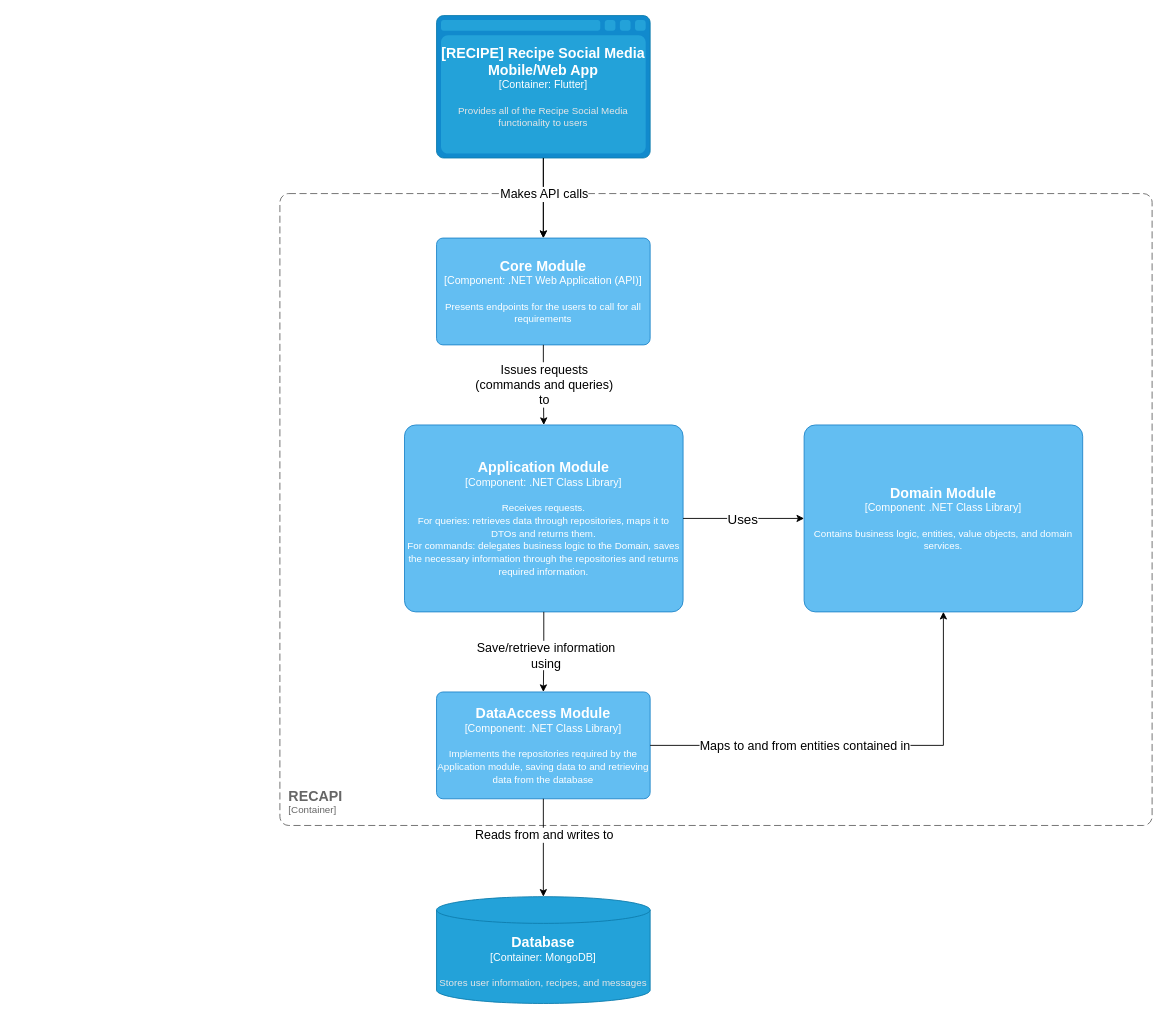
Before: Diagrams/RECAPI Component Diagram.drawio in Andrei-Constantin-Programmer/LangfoodiAPI, a draw.io diagram. Source tidied: cells renumbered, new cells numbered last; positions are measured from the earlier drawing's top-left corner, leaving out a move shared by most shapes. Both pictures are drawn from the tidied source at 89%, with x=0, y=0 at pixel (279, 15).
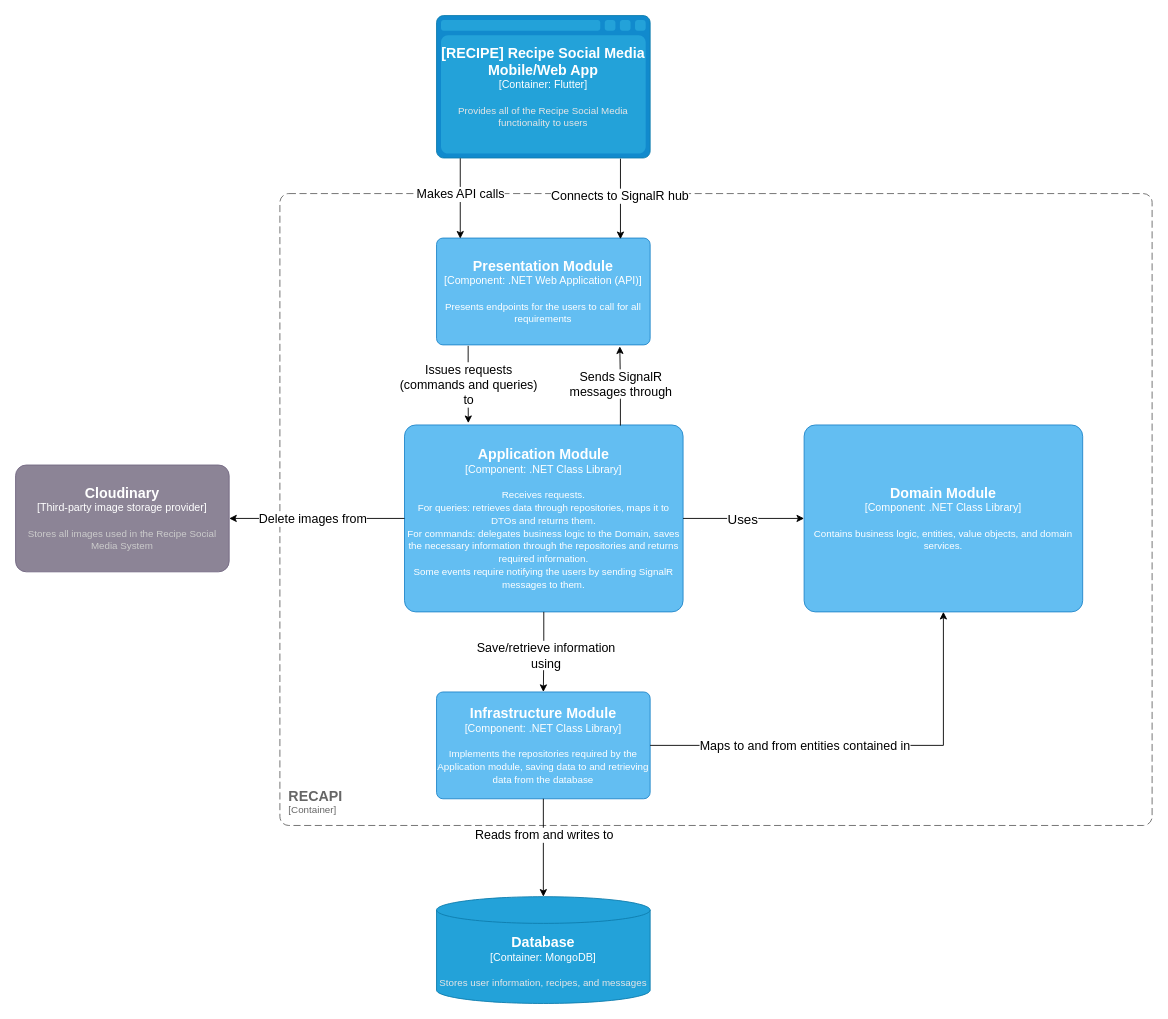
The same diagram, later.

Commit message (it also covers changes not shown here):
Updated diagrams with the latest changes (SignalR, module renaming)

Unchanged cells that the change refers to:
```xml
<object id="3" label="&lt;font style=&quot;font-size: 16px&quot;&gt;&lt;b&gt;%c4Type%&lt;/b&gt;&lt;/font&gt;&lt;div&gt;[%c4Container%:&amp;nbsp;%c4Technology%]&lt;/div&gt;&lt;br&gt;&lt;div&gt;&lt;font style=&quot;font-size: 11px&quot;&gt;&lt;font color=&quot;#E6E6E6&quot;&gt;%c4Description%&lt;/font&gt;&lt;/div&gt;" c4Container="Container" c4Description="Provides all of the Recipe Social Media functionality to users" c4Technology="Flutter" c4Type="[RECIPE] Recipe Social Media Mobile/Web App" placeholders="1">
  <mxCell style="shape=mxgraph.c4.webBrowserContainer2;whiteSpace=wrap;html=1;boundedLbl=1;rounded=0;labelBackgroundColor=none;strokeColor=#118ACD;fillColor=#23A2D9;strokeColor=#118ACD;strokeColor2=#0E7DAD;fontSize=12;fontColor=#ffffff;align=center;points=[[0.5,0,0],[1,0.25,0],[1,0.5,0],[1,0.75,0],[0.5,1,0],[0,0.75,0],[0,0.5,0],[0,0.25,0]];" parent="1" vertex="1">
    <mxGeometry x="176" width="240" height="160" as="geometry" />
  </mxCell>
</object>
```

What changed in the source:
```diff
@@
-    <mxCell id="2" style="edgeStyle=orthogonalEdgeStyle;rounded=0;jettySize=auto;html=1;" parent="1" edge="1" source="3" target="6">
-      <mxGeometry relative="1" as="geometry" />
-    </mxCell>
@@
-    <object id="6" label="&lt;font style=&quot;font-size: 16px&quot;&gt;&lt;b&gt;%c4Name%&lt;/b&gt;&lt;/font&gt;&lt;div&gt;[%c4Type%: %c4Technology%]&lt;/div&gt;&lt;br&gt;&lt;div&gt;&lt;font style=&quot;font-size: 11px&quot;&gt;%c4Description%&lt;/font&gt;&lt;/div&gt;" c4Description="Presents endpoints for the users to call for all requirements" c4Name="Core Module" c4Technology=".NET Web Application (API)" c4Type="Component" placeholders="1">
+    <object id="6" label="&lt;font style=&quot;font-size: 16px&quot;&gt;&lt;b&gt;%c4Name%&lt;/b&gt;&lt;/font&gt;&lt;div&gt;[%c4Type%: %c4Technology%]&lt;/div&gt;&lt;br&gt;&lt;div&gt;&lt;font style=&quot;font-size: 11px&quot;&gt;%c4Description%&lt;/font&gt;&lt;/div&gt;" c4Description="Presents endpoints for the users to call for all requirements" c4Name="Presentation Module" c4Technology=".NET Web Application (API)" c4Type="Component" placeholders="1">
       <mxCell style="rounded=1;whiteSpace=wrap;html=1;labelBackgroundColor=none;fillColor=#63BEF2;fontColor=#ffffff;align=center;arcSize=6;strokeColor=#2086C9;points=[[0.25,0,0],[0.5,0,0],[0.75,0,0],[1,0.25,0],[1,0.5,0],[1,0.75,0],[0.75,1,0],[0.5,1,0],[0.25,1,0],[0,0.75,0],[0,0.5,0],[0,0.25,0]];" parent="1" vertex="1">
         <mxGeometry x="176" y="250" width="240" height="120" as="geometry" />
       </mxCell>
     </object>
-    <mxCell id="7" style="edgeStyle=orthogonalEdgeStyle;rounded=0;jettySize=auto;html=1;entryX=0.5;entryY=0;entryDx=0;entryDy=0;entryPerimeter=0;" parent="1" edge="1" source="3" target="6">
+    <mxCell id="7" style="edgeStyle=orthogonalEdgeStyle;rounded=0;jettySize=auto;html=1;entryX=0.111;entryY=0.005;entryDx=0;entryDy=0;entryPerimeter=0;exitX=0.111;exitY=1.002;exitDx=0;exitDy=0;exitPerimeter=0;" parent="1" edge="1" source="3" target="6">
       <mxGeometry relative="1" as="geometry" />
     </mxCell>
@@
-    <object id="9" label="&lt;font style=&quot;font-size: 16px&quot;&gt;&lt;b&gt;%c4Name%&lt;/b&gt;&lt;/font&gt;&lt;div&gt;[%c4Type%: %c4Technology%]&lt;/div&gt;&lt;br&gt;&lt;div&gt;&lt;font style=&quot;font-size: 11px&quot;&gt;%c4Description%&lt;/font&gt;&lt;/div&gt;" c4Description="Implements the repositories required by the Application module, saving data to and retrieving data from the database" c4Name="DataAccess Module" c4Technology=".NET Class Library" c4Type="Component" placeholders="1">
+    <object id="9" label="&lt;font style=&quot;font-size: 16px&quot;&gt;&lt;b&gt;%c4Name%&lt;/b&gt;&lt;/font&gt;&lt;div&gt;[%c4Type%: %c4Technology%]&lt;/div&gt;&lt;br&gt;&lt;div&gt;&lt;font style=&quot;font-size: 11px&quot;&gt;%c4Description%&lt;/font&gt;&lt;/div&gt;" c4Description="Implements the repositories required by the Application module, saving data to and retrieving data from the database" c4Name="Infrastructure Module" c4Technology=".NET Class Library" c4Type="Component" placeholders="1">
       <mxCell style="rounded=1;whiteSpace=wrap;html=1;labelBackgroundColor=none;fillColor=#63BEF2;fontColor=#ffffff;align=center;arcSize=6;strokeColor=#2086C9;points=[[0.25,0,0],[0.5,0,0],[0.75,0,0],[1,0.25,0],[1,0.5,0],[1,0.75,0],[0.75,1,0],[0.5,1,0],[0.25,1,0],[0,0.75,0],[0,0.5,0],[0,0.25,0]];" parent="1" vertex="1">
         <mxGeometry x="176" y="760" width="240" height="120" as="geometry" />
       </mxCell>
     </object>
@@
-    <object id="12" label="&lt;font style=&quot;font-size: 16px&quot;&gt;&lt;b&gt;%c4Name%&lt;/b&gt;&lt;/font&gt;&lt;div&gt;[%c4Type%: %c4Technology%]&lt;/div&gt;&lt;br&gt;&lt;div&gt;&lt;font style=&quot;font-size: 11px&quot;&gt;%c4Description%&lt;/font&gt;&lt;/div&gt;" c4Description="Receives requests.&#10;For queries: retrieves data through repositories, maps it to DTOs and returns them.&#10;For commands: delegates business logic to the Domain, saves the necessary information through the repositories and returns required information." c4Name="Application Module" c4Technology=".NET Class Library" c4Type="Component" placeholders="1">
+    <object id="12" label="&lt;font style=&quot;font-size: 16px&quot;&gt;&lt;b&gt;%c4Name%&lt;/b&gt;&lt;/font&gt;&lt;div&gt;[%c4Type%: %c4Technology%]&lt;/div&gt;&lt;br&gt;&lt;div&gt;&lt;font style=&quot;font-size: 11px&quot;&gt;%c4Description%&lt;/font&gt;&lt;/div&gt;" c4Description="Receives requests.&#10;For queries: retrieves data through repositories, maps it to DTOs and returns them.&#10;For commands: delegates business logic to the Domain, saves the necessary information through the repositories and returns required information.&#10;Some events require notifying the users by sending SignalR messages to them." c4Name="Application Module" c4Technology=".NET Class Library" c4Type="Component" placeholders="1">
       <mxCell style="rounded=1;whiteSpace=wrap;html=1;labelBackgroundColor=none;fillColor=#63BEF2;fontColor=#ffffff;align=center;arcSize=6;strokeColor=#2086C9;points=[[0.25,0,0],[0.5,0,0],[0.75,0,0],[1,0.25,0],[1,0.5,0],[1,0.75,0],[0.75,1,0],[0.5,1,0],[0.25,1,0],[0,0.75,0],[0,0.5,0],[0,0.25,0]];imageAspect=1;" parent="1" vertex="1">
         <mxGeometry x="140" y="460" width="313" height="210" as="geometry" />
       </mxCell>
     </object>
@@
-    <mxCell id="15" style="edgeStyle=orthogonalEdgeStyle;rounded=0;jettySize=auto;html=1;entryX=0.5;entryY=0;entryDx=0;entryDy=0;entryPerimeter=0;" parent="1" edge="1" source="6" target="12">
+    <mxCell id="15" style="edgeStyle=orthogonalEdgeStyle;rounded=0;jettySize=auto;html=1;entryX=0.229;entryY=-0.01;entryDx=0;entryDy=0;entryPerimeter=0;exitX=0.148;exitY=1.009;exitDx=0;exitDy=0;exitPerimeter=0;" parent="1" edge="1" source="6" target="12">
       <mxGeometry relative="1" as="geometry" />
     </mxCell>
@@
+    <object id="22" label="&lt;font style=&quot;font-size: 16px&quot;&gt;&lt;b&gt;%c4Name%&lt;/b&gt;&lt;/font&gt;&lt;div&gt;[%c4Type%]&lt;/div&gt;&lt;br&gt;&lt;div&gt;&lt;font style=&quot;font-size: 11px&quot;&gt;&lt;font color=&quot;#cccccc&quot;&gt;%c4Description%&lt;/font&gt;&lt;/div&gt;" c4Description="Stores all images used in the Recipe Social Media System" c4Name="Cloudinary" c4Type="Third-party image storage provider" placeholders="1">
+      <mxCell style="rounded=1;whiteSpace=wrap;html=1;labelBackgroundColor=none;fillColor=#8C8496;fontColor=#ffffff;align=center;arcSize=10;strokeColor=#736782;points=[[0.25,0,0],[0.5,0,0],[0.75,0,0],[1,0.25,0],[1,0.5,0],[1,0.75,0],[0.75,1,0],[0.5,1,0],[0.25,1,0],[0,0.75,0],[0,0.5,0],[0,0.25,0]];" parent="1" vertex="1">
+        <mxGeometry x="-297" y="505" width="240" height="120" as="geometry" />
+      </mxCell>
+    </object>
+    <mxCell id="23" style="edgeStyle=orthogonalEdgeStyle;rounded=0;jettySize=auto;html=1;entryX=1;entryY=0.5;entryDx=0;entryDy=0;entryPerimeter=0;" parent="1" edge="1" source="12" target="22">
+      <mxGeometry relative="1" as="geometry" />
+    </mxCell>
+    <mxCell id="24" value="&lt;font style=&quot;font-size: 14px;&quot;&gt;Delete images from&lt;/font&gt;" style="edgeLabel;html=1;align=center;verticalAlign=middle;" parent="23" vertex="1">
+      <mxGeometry x="0.17" relative="1" as="geometry">
+        <mxPoint x="11" as="offset" />
+      </mxGeometry>
+    </mxCell>
+    <mxCell id="2" style="edgeStyle=orthogonalEdgeStyle;rounded=0;jettySize=auto;html=1;entryX=0.861;entryY=0.01;entryDx=0;entryDy=0;entryPerimeter=0;exitX=0.861;exitY=1.005;exitDx=0;exitDy=0;exitPerimeter=0;" parent="1" edge="1" source="3" target="6">
+      <mxGeometry relative="1" as="geometry" />
+    </mxCell>
+    <mxCell id="25" value="&lt;font style=&quot;font-size: 14px;&quot;&gt;Connects to SignalR hub&lt;/font&gt;" style="edgeLabel;html=1;align=center;verticalAlign=middle;" parent="2" vertex="1">
+      <mxGeometry x="-0.07" y="-1" relative="1" as="geometry" />
+    </mxCell>
+    <mxCell id="26" style="edgeStyle=orthogonalEdgeStyle;rounded=0;jettySize=auto;html=1;entryX=0.858;entryY=1.014;entryDx=0;entryDy=0;entryPerimeter=0;exitX=0.775;exitY=0.003;exitDx=0;exitDy=0;exitPerimeter=0;" parent="1" edge="1" source="12" target="6">
+      <mxGeometry relative="1" as="geometry" />
+    </mxCell>
+    <mxCell id="27" value="&lt;font style=&quot;font-size: 14px;&quot;&gt;Sends SignalR &lt;br&gt;messages through&lt;/font&gt;" style="edgeLabel;html=1;align=center;verticalAlign=middle;" parent="26" vertex="1">
+      <mxGeometry x="0.08" y="-1" relative="1" as="geometry" />
+    </mxCell>
```
